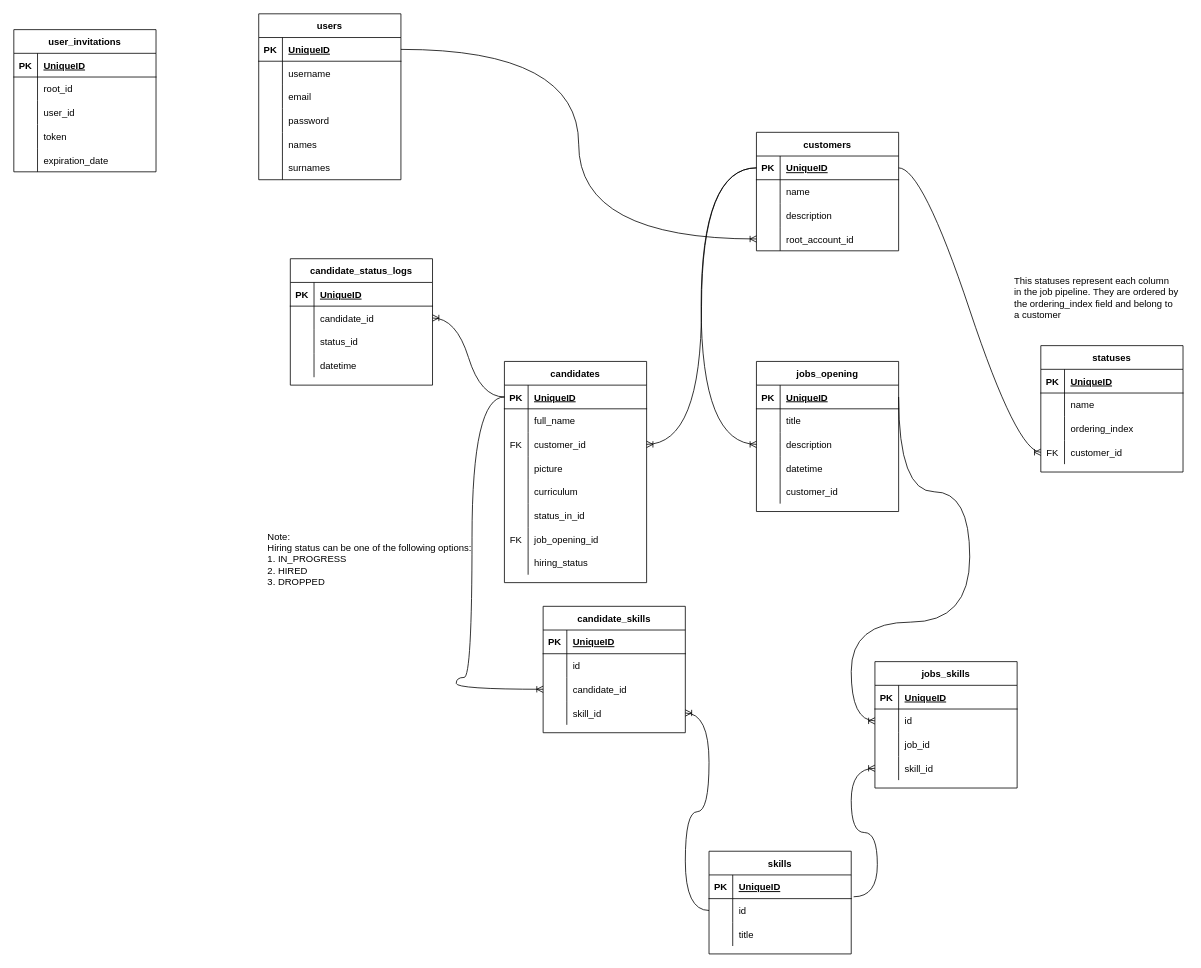
Before: Data Structure.drawio in choucoder/multi-tenant-ats, a draw.io diagram. Source tidied: cells renumbered, new cells numbered last; positions are measured from the earlier drawing's top-left corner, leaving out a move shared by most shapes. Both pictures are drawn from the tidied source at 79%, with x=0, y=0 at pixel (13, 13).
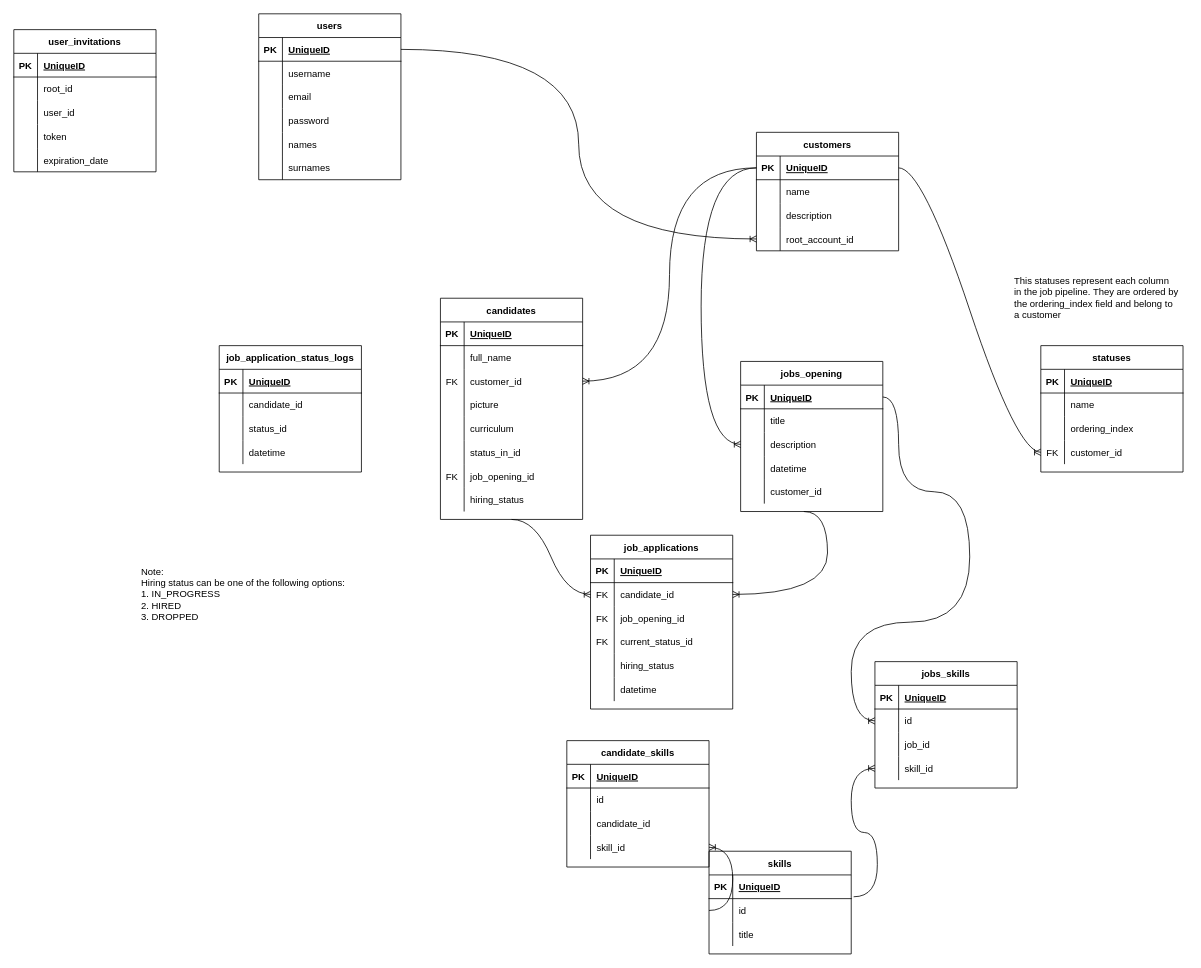
The same page after the edit.

Unchanged cells that the change refers to:
```xml
<mxCell id="38" style="shape=tableRow;horizontal=0;startSize=0;swimlaneHead=0;swimlaneBody=0;fillColor=none;points=[[0,0.5],[1,0.5]];portConstraint=eastwest;top=0;left=0;right=0;bottom=1;" parent="37" vertex="1">
  <mxGeometry y="30" width="180" height="30" as="geometry" />
</mxCell>
<mxCell id="105" style="shape=tableRow;horizontal=0;startSize=0;swimlaneHead=0;swimlaneBody=0;fillColor=none;points=[[0,0.5],[1,0.5]];portConstraint=eastwest;top=0;left=0;right=0;bottom=0;" parent="101" vertex="1">
  <mxGeometry y="60" width="180" height="30" as="geometry" />
</mxCell>
<mxCell id="137" style="shape=tableRow;horizontal=0;startSize=0;swimlaneHead=0;swimlaneBody=0;fillColor=none;points=[[0,0.5],[1,0.5]];portConstraint=eastwest;top=0;left=0;right=0;bottom=0;" parent="130" vertex="1">
  <mxGeometry y="90" width="180" height="30" as="geometry" />
</mxCell>
```

Change to the diagram source:
```diff
@@
     <mxCell id="2" value="jobs_opening" style="shape=table;startSize=30;childLayout=tableLayout;rowLines=0;fontStyle=1;align=center;" parent="1" vertex="1">
-      <mxGeometry x="940" y="440" width="180" height="190" as="geometry" />
+      <mxGeometry x="920" y="440" width="180" height="190" as="geometry" />
     </mxCell>
@@
     <mxCell id="37" value="candidates" style="shape=table;startSize=30;childLayout=tableLayout;rowLines=0;fontStyle=1;align=center;" parent="1" vertex="1">
-      <mxGeometry x="621" y="440" width="180" height="280" as="geometry" />
+      <mxGeometry x="540" y="360" width="180" height="280" as="geometry" />
     </mxCell>
@@
-    <mxCell id="101" value="candidate_status_logs" style="shape=table;startSize=30;childLayout=tableLayout;rowLines=0;fontStyle=1;align=center;" parent="1" vertex="1">
-      <mxGeometry x="350" y="310" width="180" height="160" as="geometry" />
+    <mxCell id="101" value="job_application_status_logs" style="shape=table;startSize=30;childLayout=tableLayout;rowLines=0;fontStyle=1;align=center;" parent="1" vertex="1">
+      <mxGeometry x="260" y="420" width="180" height="160" as="geometry" />
     </mxCell>
@@
     <mxCell id="115" value="&lt;div style=&quot;text-align: left;&quot;&gt;&lt;span style=&quot;background-color: initial;&quot;&gt;Note:&lt;/span&gt;&lt;/div&gt;&lt;div style=&quot;text-align: left;&quot;&gt;&lt;span style=&quot;background-color: initial;&quot;&gt;Hiring status can be one of the following options:&lt;/span&gt;&lt;/div&gt;&lt;div style=&quot;text-align: left;&quot;&gt;&lt;span style=&quot;background-color: initial;&quot;&gt;1. IN_PROGRESS&lt;/span&gt;&lt;/div&gt;&lt;div style=&quot;text-align: left;&quot;&gt;&lt;span style=&quot;background-color: initial;&quot;&gt;2. HIRED&lt;/span&gt;&lt;/div&gt;&lt;div style=&quot;text-align: left;&quot;&gt;&lt;span style=&quot;background-color: initial;&quot;&gt;3. DROPPED&lt;/span&gt;&lt;/div&gt;" style="text;html=1;align=center;verticalAlign=middle;strokeColor=none;fillColor=none;" parent="1" vertex="1">
-      <mxGeometry x="310" y="645" width="280" height="90" as="geometry" />
+      <mxGeometry x="150" y="690" width="280" height="90" as="geometry" />
     </mxCell>
@@
     <mxCell id="130" value="candidate_skills" style="shape=table;startSize=30;childLayout=tableLayout;rowLines=0;fontStyle=1;align=center;" parent="1" vertex="1">
-      <mxGeometry x="670" y="750" width="180" height="160" as="geometry" />
+      <mxGeometry x="700" y="920" width="180" height="160" as="geometry" />
     </mxCell>
@@
-    <mxCell id="143" style="edgeStyle=orthogonalEdgeStyle;fontSize=12;html=1;endArrow=ERoneToMany;rounded=0;entryX=0;entryY=0.5;entryDx=0;entryDy=0;curved=1;" parent="1" edge="1" source="38" target="137">
-      <mxGeometry relative="1" as="geometry">
-        <Array as="points">
-          <mxPoint x="580" y="485" />
-          <mxPoint x="580" y="840" />
-          <mxPoint x="560" y="840" />
-          <mxPoint x="560" y="855" />
-        </Array>
-      </mxGeometry>
-    </mxCell>
@@
-    <mxCell id="147" style="edgeStyle=entityRelationEdgeStyle;fontSize=12;html=1;endArrow=ERoneToMany;rounded=0;curved=1;entryX=1;entryY=0.5;entryDx=0;entryDy=0;" parent="1" edge="1" source="38" target="105">
-      <mxGeometry relative="1" as="geometry" />
-    </mxCell>
@@
+    <mxCell id="164" value="job_applications" style="shape=table;startSize=30;childLayout=tableLayout;rowLines=0;fontStyle=1;align=center;" parent="1" vertex="1">
+      <mxGeometry x="730" y="660" width="180" height="220" as="geometry" />
+    </mxCell>
+    <mxCell id="165" style="shape=tableRow;horizontal=0;startSize=0;swimlaneHead=0;swimlaneBody=0;fillColor=none;top=0;left=0;right=0;bottom=1;" parent="164" vertex="1">
+      <mxGeometry y="30" width="180" height="30" as="geometry" />
+    </mxCell>
+    <mxCell id="166" value="PK" style="shape=partialRectangle;fillColor=none;top=0;left=0;bottom=0;right=0;fontStyle=1;overflow=hidden;" parent="165" vertex="1">
+      <mxGeometry width="30" height="30" as="geometry" />
+    </mxCell>
+    <mxCell id="167" value="UniqueID" style="shape=partialRectangle;fillColor=none;top=0;left=0;bottom=0;right=0;align=left;spacingLeft=6;fontStyle=5;overflow=hidden;" parent="165" vertex="1">
+      <mxGeometry x="30" width="150" height="30" as="geometry" />
+    </mxCell>
+    <mxCell id="168" style="shape=tableRow;horizontal=0;startSize=0;swimlaneHead=0;swimlaneBody=0;fillColor=none;points=[[0,0.5],[1,0.5]];portConstraint=eastwest;top=0;left=0;right=0;bottom=0;" parent="164" vertex="1">
+      <mxGeometry y="60" width="180" height="30" as="geometry" />
+    </mxCell>
+    <mxCell id="169" value="FK" style="shape=partialRectangle;fillColor=none;top=0;left=0;bottom=0;right=0;overflow=hidden;" parent="168" vertex="1">
+      <mxGeometry width="30" height="30" as="geometry" />
+    </mxCell>
+    <mxCell id="170" value="candidate_id" style="shape=partialRectangle;fillColor=none;top=0;left=0;bottom=0;right=0;align=left;spacingLeft=6;overflow=hidden;" parent="168" vertex="1">
+      <mxGeometry x="30" width="150" height="30" as="geometry" />
+    </mxCell>
+    <mxCell id="171" style="shape=tableRow;horizontal=0;startSize=0;swimlaneHead=0;swimlaneBody=0;fillColor=none;top=0;left=0;right=0;bottom=0;" parent="164" vertex="1">
+      <mxGeometry y="90" width="180" height="30" as="geometry" />
+    </mxCell>
+    <mxCell id="172" value="FK" style="shape=partialRectangle;fillColor=none;top=0;left=0;bottom=0;right=0;overflow=hidden;" parent="171" vertex="1">
+      <mxGeometry width="30" height="30" as="geometry" />
+    </mxCell>
+    <mxCell id="173" value="job_opening_id" style="shape=partialRectangle;fillColor=none;top=0;left=0;bottom=0;right=0;align=left;spacingLeft=6;overflow=hidden;" parent="171" vertex="1">
+      <mxGeometry x="30" width="150" height="30" as="geometry" />
+    </mxCell>
+    <mxCell id="174" style="shape=tableRow;horizontal=0;startSize=0;swimlaneHead=0;swimlaneBody=0;fillColor=none;top=0;left=0;right=0;bottom=0;" parent="164" vertex="1">
+      <mxGeometry y="120" width="180" height="30" as="geometry" />
+    </mxCell>
+    <mxCell id="175" value="FK" style="shape=partialRectangle;fillColor=none;top=0;left=0;bottom=0;right=0;overflow=hidden;" parent="174" vertex="1">
+      <mxGeometry width="30" height="30" as="geometry" />
+    </mxCell>
+    <mxCell id="176" value="current_status_id" style="shape=partialRectangle;fillColor=none;top=0;left=0;bottom=0;right=0;align=left;spacingLeft=6;overflow=hidden;" parent="174" vertex="1">
+      <mxGeometry x="30" width="150" height="30" as="geometry" />
+    </mxCell>
+    <mxCell id="177" style="shape=tableRow;horizontal=0;startSize=0;swimlaneHead=0;swimlaneBody=0;fillColor=none;top=0;left=0;right=0;bottom=0;" parent="164" vertex="1">
+      <mxGeometry y="150" width="180" height="30" as="geometry" />
+    </mxCell>
+    <mxCell id="178" style="shape=partialRectangle;fillColor=none;top=0;left=0;bottom=0;right=0;overflow=hidden;" parent="177" vertex="1">
+      <mxGeometry width="30" height="30" as="geometry" />
+    </mxCell>
+    <mxCell id="179" value="hiring_status" style="shape=partialRectangle;fillColor=none;top=0;left=0;bottom=0;right=0;align=left;spacingLeft=6;overflow=hidden;" parent="177" vertex="1">
+      <mxGeometry x="30" width="150" height="30" as="geometry" />
+    </mxCell>
+    <mxCell id="180" style="shape=tableRow;horizontal=0;startSize=0;swimlaneHead=0;swimlaneBody=0;fillColor=none;top=0;left=0;right=0;bottom=0;" parent="164" vertex="1">
+      <mxGeometry y="180" width="180" height="30" as="geometry" />
+    </mxCell>
+    <mxCell id="181" style="shape=partialRectangle;fillColor=none;top=0;left=0;bottom=0;right=0;overflow=hidden;" parent="180" vertex="1">
+      <mxGeometry width="30" height="30" as="geometry" />
+    </mxCell>
+    <mxCell id="182" value="datetime" style="shape=partialRectangle;fillColor=none;top=0;left=0;bottom=0;right=0;align=left;spacingLeft=6;overflow=hidden;" parent="180" vertex="1">
+      <mxGeometry x="30" width="150" height="30" as="geometry" />
+    </mxCell>
+    <mxCell id="183" style="edgeStyle=entityRelationEdgeStyle;fontSize=12;html=1;endArrow=ERoneToMany;rounded=0;curved=1;entryX=1;entryY=0.5;entryDx=0;entryDy=0;" parent="1" edge="1" target="168">
+      <mxGeometry relative="1" as="geometry">
+        <mxPoint x="1000" y="630" as="sourcePoint" />
+      </mxGeometry>
+    </mxCell>
+    <mxCell id="184" style="edgeStyle=entityRelationEdgeStyle;fontSize=12;html=1;endArrow=ERoneToMany;rounded=0;curved=1;entryX=0;entryY=0.5;entryDx=0;entryDy=0;exitX=0.5;exitY=1;exitDx=0;exitDy=0;" parent="1" edge="1" source="37" target="168">
+      <mxGeometry relative="1" as="geometry" />
+    </mxCell>
```
